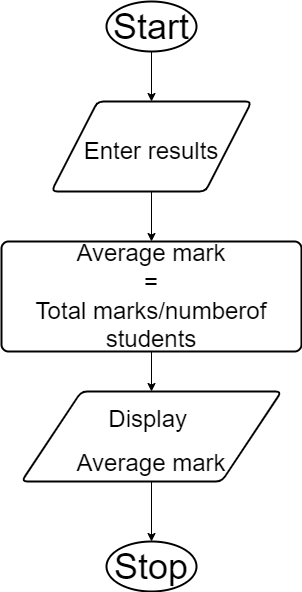
Berna-K/CAT-2-Question-2 keeps this draw.io diagram as Question 2 part ii.drawio.png. Above is the earlier version. Source tidied: cells renumbered, new cells last; positions are measured from the earlier drawing's top-left corner, leaving out a move shared by most shapes.
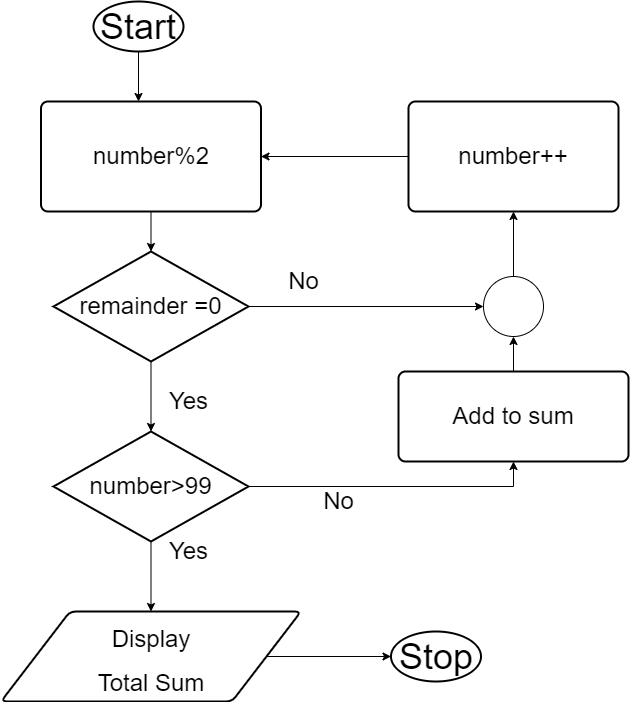
Later version of the same file.

What changed in the source:
```diff
@@ -2,32 +2,76 @@
   <root>
     <mxCell id="0" />
     <mxCell id="1" parent="0" />
-    <mxCell id="2" style="edgeStyle=orthogonalEdgeStyle;rounded=0;jettySize=auto;html=1;entryX=0.5;entryY=0;entryDx=0;entryDy=0;fontSize=24;" parent="1" edge="1" source="3" target="5">
-      <mxGeometry relative="1" as="geometry" />
+    <mxCell id="2" style="edgeStyle=orthogonalEdgeStyle;rounded=0;jettySize=auto;html=1;entryX=0.5;entryY=0;entryDx=0;entryDy=0;fontSize=24;" parent="1" edge="1" source="3">
+      <mxGeometry relative="1" as="geometry">
+        <mxPoint x="150" y="100" as="targetPoint" />
+      </mxGeometry>
     </mxCell>
     <mxCell id="3" value="Start" style="strokeWidth=2;html=1;shape=mxgraph.flowchart.start_1;whiteSpace=wrap;fontSize=36;" parent="1" vertex="1">
       <mxGeometry x="105" width="90" height="50" as="geometry" />
     </mxCell>
-    <mxCell id="4" style="edgeStyle=orthogonalEdgeStyle;rounded=0;jettySize=auto;html=1;fontSize=24;" parent="1" edge="1" source="5" target="7">
-      <mxGeometry relative="1" as="geometry" />
-    </mxCell>
-    <mxCell id="5" value="&lt;div style=&quot;&quot;&gt;&lt;font style=&quot;font-size: 24px;&quot;&gt;&lt;span style=&quot;background-color: initial;&quot;&gt;Enter results&lt;/span&gt;&lt;/font&gt;&lt;/div&gt;" style="shape=parallelogram;html=1;strokeWidth=2;perimeter=parallelogramPerimeter;whiteSpace=wrap;rounded=1;arcSize=12;size=0.23;fontSize=36;align=center;" parent="1" vertex="1">
-      <mxGeometry x="50" y="100" width="200" height="90" as="geometry" />
-    </mxCell>
-    <mxCell id="6" style="edgeStyle=orthogonalEdgeStyle;rounded=0;jettySize=auto;html=1;entryX=0.5;entryY=0;entryDx=0;entryDy=0;fontSize=24;" parent="1" edge="1" source="7" target="9">
-      <mxGeometry relative="1" as="geometry" />
-    </mxCell>
+    <mxCell id="11" style="edgeStyle=orthogonalEdgeStyle;rounded=0;jettySize=auto;html=1;entryX=0.5;entryY=0;entryDx=0;entryDy=0;entryPerimeter=0;fontSize=24;" parent="1" edge="1" source="7" target="14">
+      <mxGeometry relative="1" as="geometry" />
+    </mxCell>
-    <mxCell id="7" value="Average mark&lt;br&gt;=&lt;br&gt;Total marks/numberof students" style="rounded=1;whiteSpace=wrap;html=1;absoluteArcSize=1;arcSize=14;strokeWidth=2;fontSize=24;" parent="1" vertex="1">
-      <mxGeometry y="240" width="300" height="110" as="geometry" />
+    <mxCell id="7" value="number%2" style="rounded=1;whiteSpace=wrap;html=1;absoluteArcSize=1;arcSize=14;strokeWidth=2;fontSize=24;" parent="1" vertex="1">
+      <mxGeometry x="52.5" y="100" width="220" height="110" as="geometry" />
     </mxCell>
-    <mxCell id="8" style="edgeStyle=orthogonalEdgeStyle;rounded=0;jettySize=auto;html=1;entryX=0.5;entryY=0;entryDx=0;entryDy=0;entryPerimeter=0;fontSize=24;" parent="1" edge="1" source="9" target="10">
+    <mxCell id="8" style="edgeStyle=orthogonalEdgeStyle;rounded=0;jettySize=auto;html=1;fontSize=24;" parent="1" edge="1" source="9" target="10">
       <mxGeometry relative="1" as="geometry" />
     </mxCell>
-    <mxCell id="9" value="&lt;div style=&quot;&quot;&gt;&lt;font style=&quot;font-size: 24px;&quot;&gt;&lt;span style=&quot;background-color: initial;&quot;&gt;Display&amp;nbsp;&lt;/span&gt;&lt;/font&gt;&lt;/div&gt;&lt;div style=&quot;&quot;&gt;&lt;font style=&quot;font-size: 24px;&quot;&gt;&lt;span style=&quot;background-color: initial;&quot;&gt;Average mark&lt;/span&gt;&lt;/font&gt;&lt;/div&gt;" style="shape=parallelogram;html=1;strokeWidth=2;perimeter=parallelogramPerimeter;whiteSpace=wrap;rounded=1;arcSize=12;size=0.23;fontSize=36;align=center;" parent="1" vertex="1">
-      <mxGeometry x="20" y="390" width="260" height="90" as="geometry" />
+    <mxCell id="9" value="&lt;div style=&quot;&quot;&gt;&lt;font style=&quot;font-size: 24px;&quot;&gt;&lt;span style=&quot;background-color: initial;&quot;&gt;Display&lt;/span&gt;&lt;/font&gt;&lt;/div&gt;&lt;div style=&quot;&quot;&gt;&lt;font style=&quot;font-size: 24px;&quot;&gt;&lt;span style=&quot;background-color: initial;&quot;&gt;Total Sum&lt;/span&gt;&lt;/font&gt;&lt;/div&gt;" style="shape=parallelogram;html=1;strokeWidth=2;perimeter=parallelogramPerimeter;whiteSpace=wrap;rounded=1;arcSize=12;size=0.23;fontSize=36;align=center;" parent="1" vertex="1">
+      <mxGeometry x="12.5" y="610" width="300" height="90" as="geometry" />
     </mxCell>
     <mxCell id="10" value="Stop" style="strokeWidth=2;html=1;shape=mxgraph.flowchart.start_1;whiteSpace=wrap;fontSize=36;" parent="1" vertex="1">
-      <mxGeometry x="105" y="540" width="90" height="50" as="geometry" />
+      <mxGeometry x="402.5" y="630" width="90" height="50" as="geometry" />
     </mxCell>
+    <mxCell id="12" style="edgeStyle=orthogonalEdgeStyle;rounded=0;jettySize=auto;html=1;entryX=0.5;entryY=0;entryDx=0;entryDy=0;entryPerimeter=0;fontSize=24;" parent="1" edge="1" source="14" target="20">
+      <mxGeometry relative="1" as="geometry" />
+    </mxCell>
+    <mxCell id="13" style="edgeStyle=orthogonalEdgeStyle;rounded=0;jettySize=auto;html=1;entryX=0;entryY=0.5;entryDx=0;entryDy=0;entryPerimeter=0;fontSize=24;" parent="1" edge="1" source="14" target="26">
+      <mxGeometry relative="1" as="geometry" />
+    </mxCell>
+    <mxCell id="14" value="remainder =0" style="strokeWidth=2;html=1;shape=mxgraph.flowchart.decision;whiteSpace=wrap;fontSize=24;" parent="1" vertex="1">
+      <mxGeometry x="65" y="250" width="195" height="110" as="geometry" />
+    </mxCell>
+    <mxCell id="15" style="edgeStyle=orthogonalEdgeStyle;rounded=0;jettySize=auto;html=1;entryX=0.5;entryY=1;entryDx=0;entryDy=0;entryPerimeter=0;fontSize=24;" parent="1" edge="1" source="16" target="26">
+      <mxGeometry relative="1" as="geometry" />
+    </mxCell>
+    <mxCell id="16" value="Add to sum" style="rounded=1;whiteSpace=wrap;html=1;absoluteArcSize=1;arcSize=14;strokeWidth=2;fontSize=24;" parent="1" vertex="1">
+      <mxGeometry x="410" y="370" width="230" height="90" as="geometry" />
+    </mxCell>
+    <mxCell id="17" value="Yes" style="text;html=1;align=center;verticalAlign=middle;fillColor=none;strokeColor=none;rounded=0;fontSize=24;" parent="1" vertex="1">
+      <mxGeometry x="170" y="380" width="60" height="40" as="geometry" />
+    </mxCell>
+    <mxCell id="18" style="edgeStyle=orthogonalEdgeStyle;rounded=0;jettySize=auto;html=1;fontSize=24;" parent="1" edge="1" source="20" target="9">
+      <mxGeometry relative="1" as="geometry" />
+    </mxCell>
+    <mxCell id="19" style="edgeStyle=orthogonalEdgeStyle;rounded=0;jettySize=auto;html=1;entryX=0.5;entryY=1;entryDx=0;entryDy=0;fontSize=24;" parent="1" edge="1" source="20" target="16">
+      <mxGeometry relative="1" as="geometry" />
+    </mxCell>
+    <mxCell id="20" value="number&amp;gt;99" style="strokeWidth=2;html=1;shape=mxgraph.flowchart.decision;whiteSpace=wrap;fontSize=24;" parent="1" vertex="1">
+      <mxGeometry x="65" y="430" width="195" height="110" as="geometry" />
+    </mxCell>
+    <mxCell id="21" value="Yes" style="text;html=1;align=center;verticalAlign=middle;fillColor=none;strokeColor=none;rounded=0;fontSize=24;" parent="1" vertex="1">
+      <mxGeometry x="170" y="530" width="60" height="40" as="geometry" />
+    </mxCell>
+    <mxCell id="22" style="edgeStyle=orthogonalEdgeStyle;rounded=0;jettySize=auto;html=1;entryX=1;entryY=0.5;entryDx=0;entryDy=0;fontSize=24;" parent="1" edge="1" source="23" target="7">
+      <mxGeometry relative="1" as="geometry" />
+    </mxCell>
+    <mxCell id="23" value="number++" style="rounded=1;whiteSpace=wrap;html=1;absoluteArcSize=1;arcSize=14;strokeWidth=2;fontSize=24;" parent="1" vertex="1">
+      <mxGeometry x="420" y="100" width="210" height="110" as="geometry" />
+    </mxCell>
+    <mxCell id="24" value="No" style="text;html=1;align=center;verticalAlign=middle;fillColor=none;strokeColor=none;rounded=0;fontSize=24;" parent="1" vertex="1">
+      <mxGeometry x="325" y="480" width="50" height="40" as="geometry" />
+    </mxCell>
+    <mxCell id="25" style="edgeStyle=orthogonalEdgeStyle;rounded=0;jettySize=auto;html=1;entryX=0.5;entryY=1;entryDx=0;entryDy=0;fontSize=24;" parent="1" edge="1" source="26" target="23">
+      <mxGeometry relative="1" as="geometry" />
+    </mxCell>
+    <mxCell id="26" style="verticalLabelPosition=bottom;verticalAlign=top;html=1;shape=mxgraph.flowchart.on-page_reference;fontSize=24;" parent="1" vertex="1">
+      <mxGeometry x="495" y="275" width="60" height="60" as="geometry" />
+    </mxCell>
+    <mxCell id="27" value="No" style="text;html=1;align=center;verticalAlign=middle;fillColor=none;strokeColor=none;rounded=0;fontSize=24;" parent="1" vertex="1">
+      <mxGeometry x="290" y="260" width="50" height="40" as="geometry" />
+    </mxCell>
   </root>
 </mxGraphModel>
```
